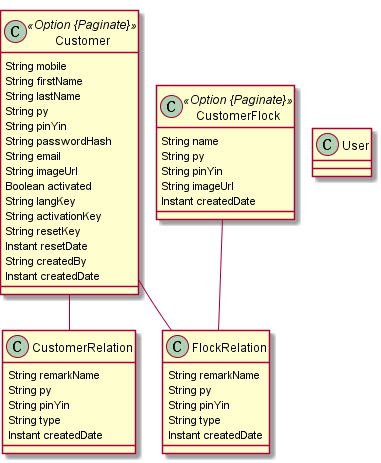
Above: docs/jdl/customer.png in dongyanghe/eikesi (PlantUML), before the change.
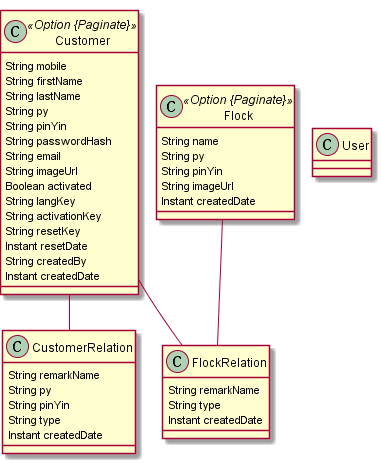
Later version of the same file.

What changed in the source:
```diff
@@ -10,12 +10,10 @@
 	}
 	class FlockRelation  {
 		String remarkName
-		String py
-		String pinYin
 		String type
 		Instant createdDate
 	}
-	class CustomerFlock <<Option {Paginate}>> {
+	class Flock <<Option {Paginate}>> {
 		String name
 		String py
 		String pinYin
@@ -41,7 +39,7 @@
 	}
 	Customer  "customerRelation(remarkName) 0..1 " --o "customer(firstName) 0..* "  CustomerRelation
 	Customer  "flockRelation(remarkName) 0..1 " --o "customer(firstName) 0..* "  FlockRelation
-	CustomerFlock  "flockRelation(remarkName) 0..1 " --o "customerFlock(name) 0..* "  FlockRelation
+	Flock  "flockRelation(remarkName) 0..1 " --o "customerFlock(name) 0..* "  FlockRelation
 	class User  {
 	}
 @enduml
```
